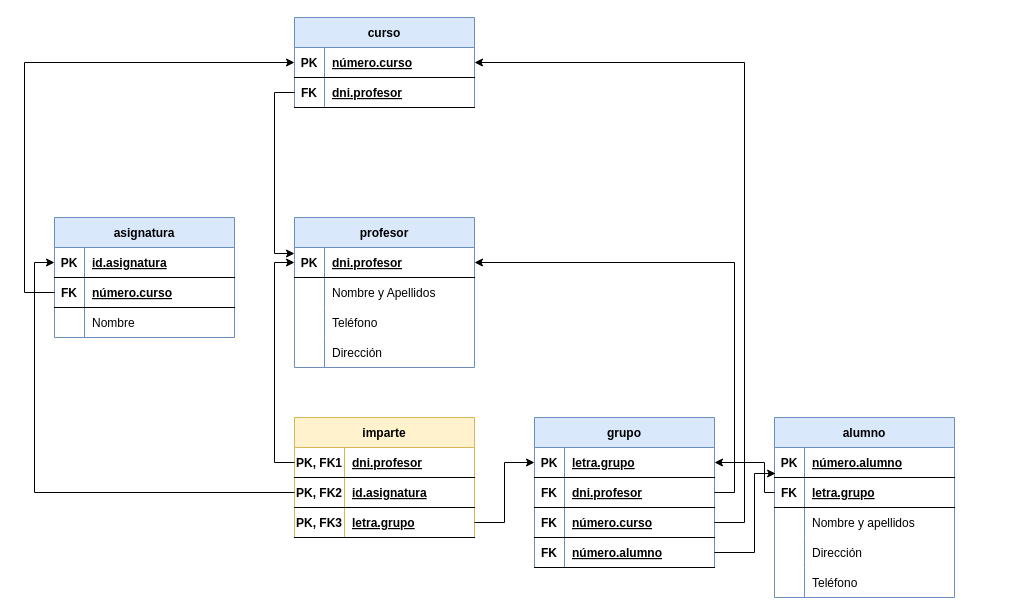
Above: Tareas/Tema 3/Tarea 12/Tarea 12.drawio in JCarlosAR032/base-de-datos (draw.io), before the change. Source tidied: cells renumbered, new cells numbered last; positions are measured from the earlier drawing's top-left corner, leaving out a move shared by most shapes. Both pictures are drawn from the tidied source at 100%, with x=0, y=0 at pixel (24, 17).
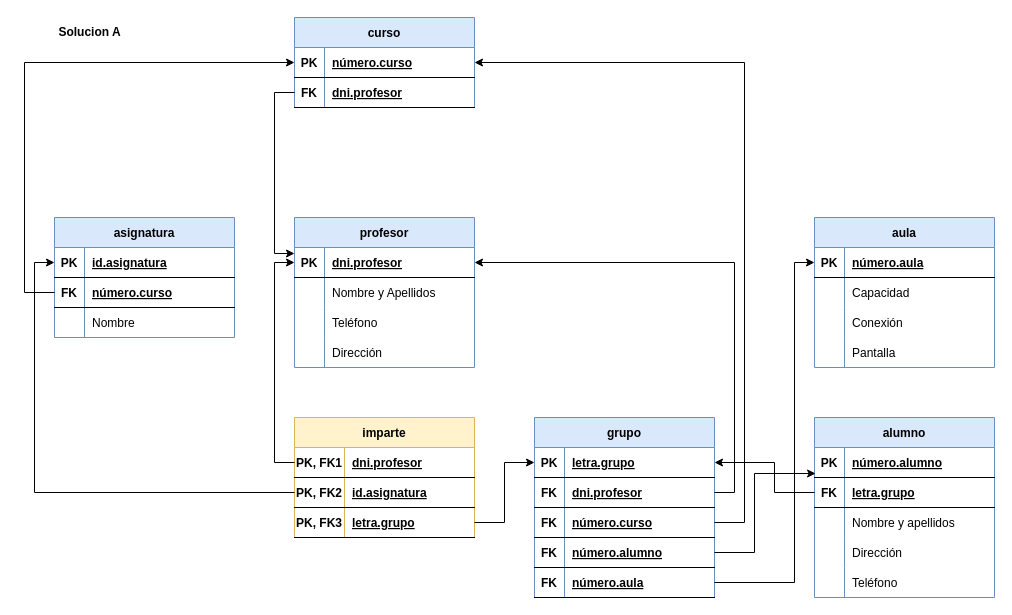
The same page after the edit.

Unchanged cells that the change refers to:
```xml
<mxCell id="47" style="shape=tableRow;horizontal=0;startSize=0;swimlaneHead=0;swimlaneBody=0;fillColor=none;points=[[0,0.5],[1,0.5]];portConstraint=eastwest;top=0;left=0;right=0;bottom=1;" parent="46" vertex="1">
  <mxGeometry y="30" width="180" height="30" as="geometry" />
</mxCell>
<mxCell id="66" style="shape=tableRow;horizontal=0;startSize=0;swimlaneHead=0;swimlaneBody=0;fillColor=none;points=[[0,0.5],[1,0.5]];portConstraint=eastwest;top=0;left=0;right=0;bottom=1;" parent="62" vertex="1">
  <mxGeometry y="60" width="180" height="30" as="geometry" />
</mxCell>
```

Diff of the diagram source:
```diff
@@
     <mxCell id="46" value="grupo" style="shape=table;startSize=30;childLayout=tableLayout;rowLines=0;fontStyle=1;align=center;fillColor=#dae8fc;strokeColor=#6c8ebf;" parent="1" vertex="1">
-      <mxGeometry x="510" y="400" width="180" height="150" as="geometry" />
+      <mxGeometry x="510" y="400" width="180" height="180" as="geometry" />
     </mxCell>
@@
+    <mxCell id="80" style="shape=tableRow;horizontal=0;startSize=0;swimlaneHead=0;swimlaneBody=0;fillColor=none;points=[[0,0.5],[1,0.5]];portConstraint=eastwest;top=0;left=0;right=0;bottom=1;" parent="46" vertex="1">
+      <mxGeometry y="150" width="180" height="30" as="geometry" />
+    </mxCell>
+    <mxCell id="81" value="FK" style="shape=partialRectangle;fillColor=none;top=0;left=0;bottom=0;right=0;fontStyle=1;overflow=hidden;" parent="80" vertex="1">
+      <mxGeometry width="30" height="30" as="geometry" />
+    </mxCell>
+    <mxCell id="82" value="número.aula" style="shape=partialRectangle;fillColor=none;top=0;left=0;bottom=0;right=0;align=left;spacingLeft=6;fontStyle=5;overflow=hidden;" parent="80" vertex="1">
+      <mxGeometry x="30" width="150" height="30" as="geometry" />
+    </mxCell>
@@
     <mxCell id="62" value="alumno" style="shape=table;startSize=30;childLayout=tableLayout;rowLines=0;fontStyle=1;align=center;fillColor=#dae8fc;strokeColor=#6c8ebf;" parent="1" vertex="1">
-      <mxGeometry x="750" y="400" width="180" height="180" as="geometry" />
+      <mxGeometry x="790" y="400" width="180" height="180" as="geometry" />
     </mxCell>
@@
     <mxCell id="78" style="edgeStyle=orthogonalEdgeStyle;rounded=0;jettySize=auto;html=1;exitX=0;exitY=0.5;exitDx=0;exitDy=0;" parent="1" edge="1" source="66" target="47">
       <mxGeometry relative="1" as="geometry">
         <Array as="points">
-          <mxPoint x="740" y="475" />
-          <mxPoint x="740" y="445" />
+          <mxPoint x="750" y="475" />
+          <mxPoint x="750" y="445" />
         </Array>
       </mxGeometry>
     </mxCell>
@@
+    <mxCell id="83" value="aula" style="shape=table;startSize=30;childLayout=tableLayout;rowLines=0;fontStyle=1;align=center;fillColor=#dae8fc;strokeColor=#6c8ebf;" parent="1" vertex="1">
+      <mxGeometry x="790" y="200" width="180" height="150" as="geometry" />
+    </mxCell>
+    <mxCell id="84" style="shape=tableRow;horizontal=0;startSize=0;swimlaneHead=0;swimlaneBody=0;fillColor=none;points=[[0,0.5],[1,0.5]];portConstraint=eastwest;top=0;left=0;right=0;bottom=1;" parent="83" vertex="1">
+      <mxGeometry y="30" width="180" height="30" as="geometry" />
+    </mxCell>
+    <mxCell id="85" value="PK" style="shape=partialRectangle;fillColor=none;top=0;left=0;bottom=0;right=0;fontStyle=1;overflow=hidden;" parent="84" vertex="1">
+      <mxGeometry width="30" height="30" as="geometry" />
+    </mxCell>
+    <mxCell id="86" value="número.aula" style="shape=partialRectangle;fillColor=none;top=0;left=0;bottom=0;right=0;align=left;spacingLeft=6;fontStyle=5;overflow=hidden;" parent="84" vertex="1">
+      <mxGeometry x="30" width="150" height="30" as="geometry" />
+    </mxCell>
+    <mxCell id="87" style="shape=tableRow;horizontal=0;startSize=0;swimlaneHead=0;swimlaneBody=0;fillColor=none;top=0;left=0;right=0;bottom=0;" parent="83" vertex="1">
+      <mxGeometry y="60" width="180" height="30" as="geometry" />
+    </mxCell>
+    <mxCell id="88" style="shape=partialRectangle;fillColor=none;top=0;left=0;bottom=0;right=0;overflow=hidden;" parent="87" vertex="1">
+      <mxGeometry width="30" height="30" as="geometry" />
+    </mxCell>
+    <mxCell id="89" value="Capacidad" style="shape=partialRectangle;fillColor=none;top=0;left=0;bottom=0;right=0;align=left;spacingLeft=6;overflow=hidden;" parent="87" vertex="1">
+      <mxGeometry x="30" width="150" height="30" as="geometry" />
+    </mxCell>
+    <mxCell id="90" style="shape=tableRow;horizontal=0;startSize=0;swimlaneHead=0;swimlaneBody=0;fillColor=none;top=0;left=0;right=0;bottom=0;" parent="83" vertex="1">
+      <mxGeometry y="90" width="180" height="30" as="geometry" />
+    </mxCell>
+    <mxCell id="91" style="shape=partialRectangle;fillColor=none;top=0;left=0;bottom=0;right=0;overflow=hidden;" parent="90" vertex="1">
+      <mxGeometry width="30" height="30" as="geometry" />
+    </mxCell>
+    <mxCell id="92" value="Conexión" style="shape=partialRectangle;fillColor=none;top=0;left=0;bottom=0;right=0;align=left;spacingLeft=6;overflow=hidden;" parent="90" vertex="1">
+      <mxGeometry x="30" width="150" height="30" as="geometry" />
+    </mxCell>
+    <mxCell id="93" style="shape=tableRow;horizontal=0;startSize=0;swimlaneHead=0;swimlaneBody=0;fillColor=none;top=0;left=0;right=0;bottom=0;" parent="83" vertex="1">
+      <mxGeometry y="120" width="180" height="30" as="geometry" />
+    </mxCell>
+    <mxCell id="94" style="shape=partialRectangle;fillColor=none;top=0;left=0;bottom=0;right=0;overflow=hidden;" parent="93" vertex="1">
+      <mxGeometry width="30" height="30" as="geometry" />
+    </mxCell>
+    <mxCell id="95" value="Pantalla" style="shape=partialRectangle;fillColor=none;top=0;left=0;bottom=0;right=0;align=left;spacingLeft=6;overflow=hidden;" parent="93" vertex="1">
+      <mxGeometry x="30" width="150" height="30" as="geometry" />
+    </mxCell>
+    <mxCell id="96" style="edgeStyle=orthogonalEdgeStyle;rounded=0;jettySize=auto;html=1;exitX=1;exitY=0.5;exitDx=0;exitDy=0;entryX=0;entryY=0.5;entryDx=0;entryDy=0;" parent="1" edge="1" source="80" target="84">
+      <mxGeometry relative="1" as="geometry">
+        <Array as="points">
+          <mxPoint x="770" y="565" />
+          <mxPoint x="770" y="245" />
+        </Array>
+      </mxGeometry>
+    </mxCell>
+    <mxCell id="97" value="Solucion A" style="text;html=1;align=center;verticalAlign=middle;strokeColor=none;fillColor=none;fontStyle=1;" parent="1" vertex="1">
+      <mxGeometry x="20" width="90" height="30" as="geometry" />
+    </mxCell>
```
